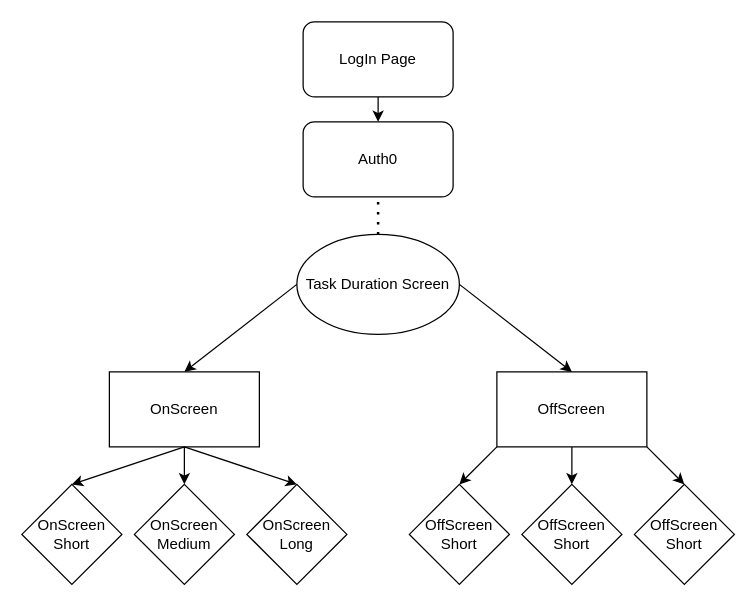
SchoolOfCode/Boostcamp-Frontend keeps this draw.io diagram as User-Flow-Diagram.drawio. Above is the earlier version. Source tidied: cells renumbered, new cells numbered last; positions are measured from the earlier drawing's top-left corner, leaving out a move shared by most shapes. Both pictures are drawn from the tidied source at 125%, with x=0, y=0 at pixel (21, 21).
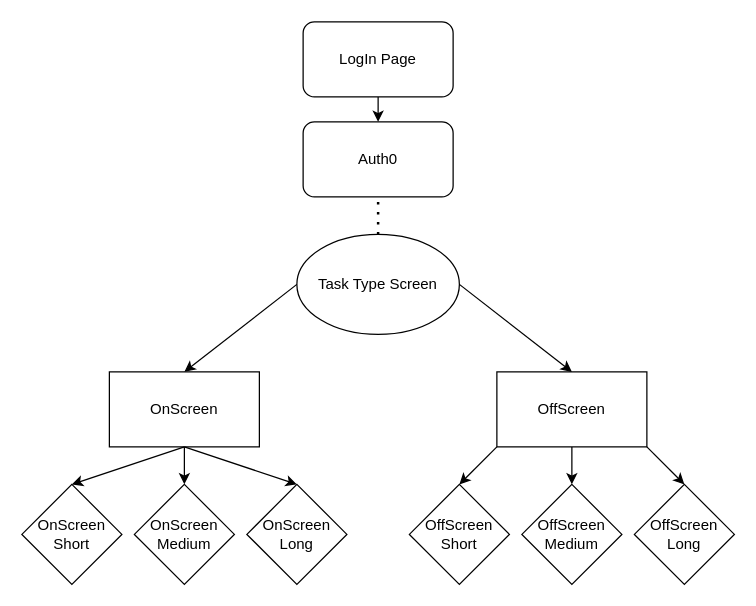
The same diagram, later.

Commit message:
changed user flow diagram and added some tasks to the readme

The edit, as a diff of the source:
```diff
@@
-    <mxCell id="4" value="Task Duration Screen" style="ellipse;whiteSpace=wrap;html=1;" parent="1" vertex="1">
+    <mxCell id="4" value="Task Type Screen" style="ellipse;whiteSpace=wrap;html=1;" parent="1" vertex="1">
       <mxGeometry x="220" y="170" width="130" height="80" as="geometry" />
     </mxCell>
@@
-    <mxCell id="9" value="OffScreen Short" style="rhombus;whiteSpace=wrap;html=1;" parent="1" vertex="1">
+    <mxCell id="9" value="OffScreen Medium" style="rhombus;whiteSpace=wrap;html=1;" parent="1" vertex="1">
       <mxGeometry x="400" y="370" width="80" height="80" as="geometry" />
     </mxCell>
-    <mxCell id="10" value="OffScreen Short" style="rhombus;whiteSpace=wrap;html=1;" parent="1" vertex="1">
+    <mxCell id="10" value="OffScreen Long" style="rhombus;whiteSpace=wrap;html=1;" parent="1" vertex="1">
       <mxGeometry x="490" y="370" width="80" height="80" as="geometry" />
     </mxCell>
```
